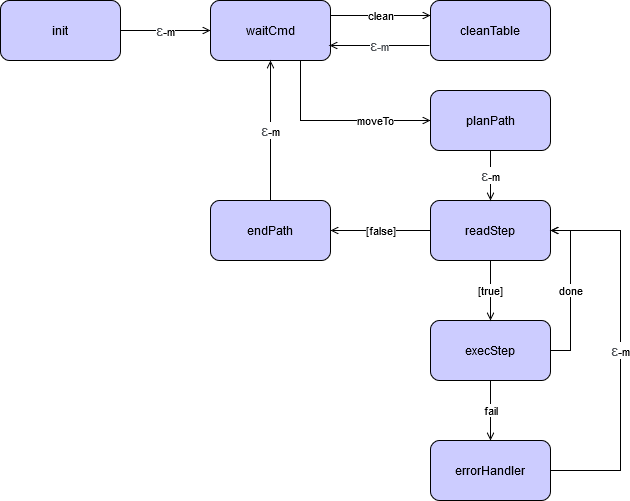
Earlier version of the draw.io export SprintIniziale/img/newEngine.png (dariodenardi/TeaRoom-Ing.Software-Systems-Unibo). Source tidied: cells renumbered, new cells last; positions are measured from the earlier drawing's top-left corner, leaving out a move shared by most shapes. The source it was exported from:
```xml
<mxGraphModel>
  <root>
    <mxCell id="0" />
    <mxCell id="1" parent="0" />
    <mxCell id="2" value="&lt;span style=&quot;color: rgb(77 , 81 , 86) ; font-family: &amp;#34;arial&amp;#34; , sans-serif ; font-size: 14px ; text-align: left&quot;&gt;ε&lt;/span&gt;-m" style="edgeStyle=orthogonalEdgeStyle;rounded=0;jettySize=auto;html=1;exitX=1;exitY=0.5;exitDx=0;exitDy=0;entryX=0;entryY=0.5;entryDx=0;entryDy=0;endArrow=open;endFill=0;" parent="1" edge="1" source="3" target="6">
      <mxGeometry relative="1" as="geometry" />
    </mxCell>
    <mxCell id="3" value="init" style="rounded=1;whiteSpace=wrap;html=1;fillColor=#CCCCFF;" parent="1" vertex="1">
      <mxGeometry width="120" height="60" as="geometry" />
    </mxCell>
    <mxCell id="4" value="clean" style="edgeStyle=orthogonalEdgeStyle;rounded=0;jettySize=auto;html=1;exitX=1;exitY=0.25;exitDx=0;exitDy=0;entryX=0;entryY=0.25;entryDx=0;entryDy=0;endArrow=open;endFill=0;" parent="1" edge="1" source="6" target="16">
      <mxGeometry relative="1" as="geometry" />
    </mxCell>
    <mxCell id="5" value="moveTo" style="edgeStyle=orthogonalEdgeStyle;rounded=0;jettySize=auto;html=1;exitX=0.75;exitY=1;exitDx=0;exitDy=0;entryX=0;entryY=0.5;entryDx=0;entryDy=0;endArrow=open;endFill=0;" parent="1" edge="1" source="6" target="14">
      <mxGeometry x="0.42" relative="1" as="geometry" />
    </mxCell>
    <mxCell id="6" value="waitCmd" style="rounded=1;whiteSpace=wrap;html=1;fillColor=#CCCCFF;" parent="1" vertex="1">
      <mxGeometry x="210" width="120" height="60" as="geometry" />
    </mxCell>
    <mxCell id="7" value="fail" style="edgeStyle=orthogonalEdgeStyle;rounded=0;jettySize=auto;html=1;exitX=0.5;exitY=1;exitDx=0;exitDy=0;entryX=0.5;entryY=0;entryDx=0;entryDy=0;endArrow=open;endFill=0;" parent="1" edge="1" source="9" target="20">
      <mxGeometry relative="1" as="geometry" />
    </mxCell>
    <mxCell id="8" value="done" style="edgeStyle=orthogonalEdgeStyle;rounded=0;jettySize=auto;html=1;exitX=1;exitY=0.5;exitDx=0;exitDy=0;entryX=1;entryY=0.5;entryDx=0;entryDy=0;endArrow=open;endFill=0;" parent="1" edge="1" source="9" target="12">
      <mxGeometry relative="1" as="geometry" />
    </mxCell>
    <mxCell id="9" value="execStep" style="rounded=1;whiteSpace=wrap;html=1;fillColor=#CCCCFF;" parent="1" vertex="1">
      <mxGeometry x="430" y="320" width="120" height="60" as="geometry" />
    </mxCell>
    <mxCell id="10" value="[true]" style="edgeStyle=orthogonalEdgeStyle;rounded=0;jettySize=auto;html=1;exitX=0.5;exitY=1;exitDx=0;exitDy=0;entryX=0.5;entryY=0;entryDx=0;entryDy=0;endArrow=open;endFill=0;" parent="1" edge="1" source="12" target="9">
      <mxGeometry relative="1" as="geometry" />
    </mxCell>
    <mxCell id="11" value="[false]" style="edgeStyle=orthogonalEdgeStyle;rounded=0;jettySize=auto;html=1;exitX=0;exitY=0.5;exitDx=0;exitDy=0;entryX=1;entryY=0.5;entryDx=0;entryDy=0;endArrow=open;endFill=0;" parent="1" edge="1" source="12" target="18">
      <mxGeometry relative="1" as="geometry" />
    </mxCell>
    <mxCell id="12" value="readStep" style="rounded=1;whiteSpace=wrap;html=1;fillColor=#CCCCFF;" parent="1" vertex="1">
      <mxGeometry x="430" y="200" width="120" height="60" as="geometry" />
    </mxCell>
    <mxCell id="13" value="&lt;span style=&quot;color: rgb(77 , 81 , 86) ; font-family: &amp;#34;arial&amp;#34; , sans-serif ; font-size: 14px ; text-align: left&quot;&gt;ε&lt;/span&gt;-m" style="edgeStyle=orthogonalEdgeStyle;rounded=0;jettySize=auto;html=1;exitX=0.5;exitY=1;exitDx=0;exitDy=0;entryX=0.5;entryY=0;entryDx=0;entryDy=0;endArrow=open;endFill=0;" parent="1" edge="1" source="14" target="12">
      <mxGeometry relative="1" as="geometry" />
    </mxCell>
    <mxCell id="14" value="planPath" style="rounded=1;whiteSpace=wrap;html=1;fillColor=#CCCCFF;" parent="1" vertex="1">
      <mxGeometry x="430" y="90" width="120" height="60" as="geometry" />
    </mxCell>
    <mxCell id="15" value="&lt;div style=&quot;text-align: left&quot;&gt;&lt;span style=&quot;color: rgb(77 , 81 , 86) ; font-family: &amp;quot;arial&amp;quot; , sans-serif ; font-size: 14px&quot;&gt;ε&lt;/span&gt;&lt;span style=&quot;color: rgb(77 , 81 , 86) ; font-family: &amp;quot;arial&amp;quot; , sans-serif&quot;&gt;&lt;font style=&quot;font-size: 11px&quot;&gt;-m&lt;/font&gt;&lt;/span&gt;&lt;br&gt;&lt;/div&gt;" style="edgeStyle=orthogonalEdgeStyle;rounded=0;orthogonalLoop=1;jettySize=auto;html=1;exitX=0;exitY=0.75;exitDx=0;exitDy=0;entryX=1;entryY=0.75;entryDx=0;entryDy=0;endArrow=open;endFill=0;labelBackgroundColor=#ffffff;" parent="1" edge="1">
      <mxGeometry relative="1" as="geometry">
        <mxPoint x="429" y="45" as="sourcePoint" />
        <mxPoint x="329" y="45" as="targetPoint" />
      </mxGeometry>
    </mxCell>
    <mxCell id="16" value="cleanTable" style="rounded=1;whiteSpace=wrap;html=1;fillColor=#CCCCFF;" parent="1" vertex="1">
      <mxGeometry x="430" width="120" height="60" as="geometry" />
    </mxCell>
    <mxCell id="17" value="&lt;span style=&quot;color: rgb(77 , 81 , 86) ; font-family: &amp;#34;arial&amp;#34; , sans-serif ; font-size: 14px ; text-align: left&quot;&gt;ε&lt;/span&gt;-m" style="edgeStyle=orthogonalEdgeStyle;rounded=0;jettySize=auto;html=1;exitX=0.5;exitY=0;exitDx=0;exitDy=0;entryX=0.5;entryY=1;entryDx=0;entryDy=0;endArrow=open;endFill=0;" parent="1" edge="1" source="18" target="6">
      <mxGeometry relative="1" as="geometry" />
    </mxCell>
    <mxCell id="18" value="endPath" style="rounded=1;whiteSpace=wrap;html=1;fillColor=#CCCCFF;" parent="1" vertex="1">
      <mxGeometry x="210" y="200" width="120" height="60" as="geometry" />
    </mxCell>
    <mxCell id="19" value="&lt;span style=&quot;color: rgb(77 , 81 , 86) ; font-family: &amp;#34;arial&amp;#34; , sans-serif ; font-size: 14px ; text-align: left&quot;&gt;ε&lt;/span&gt;-m" style="edgeStyle=orthogonalEdgeStyle;rounded=0;jettySize=auto;html=1;exitX=1;exitY=0.5;exitDx=0;exitDy=0;entryX=1;entryY=0.5;entryDx=0;entryDy=0;endArrow=open;endFill=0;" parent="1" edge="1" source="20" target="12">
      <mxGeometry relative="1" as="geometry">
        <Array as="points">
          <mxPoint x="620" y="470" />
          <mxPoint x="620" y="230" />
        </Array>
      </mxGeometry>
    </mxCell>
    <mxCell id="20" value="errorHandler" style="rounded=1;whiteSpace=wrap;html=1;fillColor=#CCCCFF;" parent="1" vertex="1">
      <mxGeometry x="430" y="440" width="120" height="60" as="geometry" />
    </mxCell>
  </root>
</mxGraphModel>
```
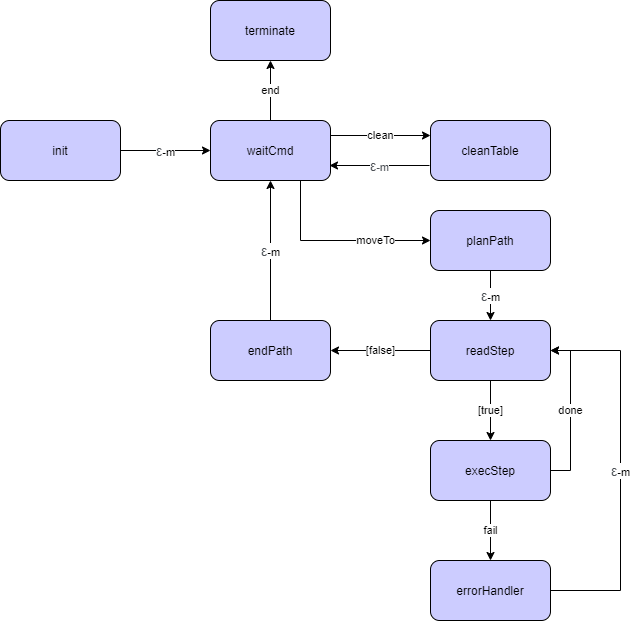
The same diagram one commit later.

The edit, as a diff of the source:
```diff
@@ -2,46 +2,49 @@
   <root>
     <mxCell id="0" />
     <mxCell id="1" parent="0" />
-    <mxCell id="2" value="&lt;span style=&quot;color: rgb(77 , 81 , 86) ; font-family: &amp;#34;arial&amp;#34; , sans-serif ; font-size: 14px ; text-align: left&quot;&gt;ε&lt;/span&gt;-m" style="edgeStyle=orthogonalEdgeStyle;rounded=0;jettySize=auto;html=1;exitX=1;exitY=0.5;exitDx=0;exitDy=0;entryX=0;entryY=0.5;entryDx=0;entryDy=0;endArrow=open;endFill=0;" parent="1" edge="1" source="3" target="6">
+    <mxCell id="2" value="&lt;span style=&quot;color: rgb(77 , 81 , 86) ; font-family: &amp;#34;arial&amp;#34; , sans-serif ; font-size: 14px ; text-align: left&quot;&gt;ε&lt;/span&gt;-m" style="edgeStyle=orthogonalEdgeStyle;rounded=0;jettySize=auto;html=1;exitX=1;exitY=0.5;exitDx=0;exitDy=0;entryX=0;entryY=0.5;entryDx=0;entryDy=0;" parent="1" edge="1" source="3" target="6">
       <mxGeometry relative="1" as="geometry" />
     </mxCell>
     <mxCell id="3" value="init" style="rounded=1;whiteSpace=wrap;html=1;fillColor=#CCCCFF;" parent="1" vertex="1">
       <mxGeometry width="120" height="60" as="geometry" />
     </mxCell>
-    <mxCell id="4" value="clean" style="edgeStyle=orthogonalEdgeStyle;rounded=0;jettySize=auto;html=1;exitX=1;exitY=0.25;exitDx=0;exitDy=0;entryX=0;entryY=0.25;entryDx=0;entryDy=0;endArrow=open;endFill=0;" parent="1" edge="1" source="6" target="16">
+    <mxCell id="4" value="clean" style="edgeStyle=orthogonalEdgeStyle;rounded=0;jettySize=auto;html=1;exitX=1;exitY=0.25;exitDx=0;exitDy=0;entryX=0;entryY=0.25;entryDx=0;entryDy=0;" parent="1" edge="1" source="6" target="16">
       <mxGeometry relative="1" as="geometry" />
     </mxCell>
-    <mxCell id="5" value="moveTo" style="edgeStyle=orthogonalEdgeStyle;rounded=0;jettySize=auto;html=1;exitX=0.75;exitY=1;exitDx=0;exitDy=0;entryX=0;entryY=0.5;entryDx=0;entryDy=0;endArrow=open;endFill=0;" parent="1" edge="1" source="6" target="14">
+    <mxCell id="5" value="moveTo" style="edgeStyle=orthogonalEdgeStyle;rounded=0;jettySize=auto;html=1;exitX=0.75;exitY=1;exitDx=0;exitDy=0;entryX=0;entryY=0.5;entryDx=0;entryDy=0;" parent="1" edge="1" source="6" target="14">
       <mxGeometry x="0.42" relative="1" as="geometry" />
     </mxCell>
+    <mxCell id="21" value="end" style="edgeStyle=orthogonalEdgeStyle;rounded=0;jettySize=auto;html=1;exitX=0.5;exitY=0;exitDx=0;exitDy=0;entryX=0.5;entryY=1;entryDx=0;entryDy=0;" parent="1" edge="1" source="6" target="22">
+      <mxGeometry relative="1" as="geometry" />
+    </mxCell>
     <mxCell id="6" value="waitCmd" style="rounded=1;whiteSpace=wrap;html=1;fillColor=#CCCCFF;" parent="1" vertex="1">
       <mxGeometry x="210" width="120" height="60" as="geometry" />
     </mxCell>
-    <mxCell id="7" value="fail" style="edgeStyle=orthogonalEdgeStyle;rounded=0;jettySize=auto;html=1;exitX=0.5;exitY=1;exitDx=0;exitDy=0;entryX=0.5;entryY=0;entryDx=0;entryDy=0;endArrow=open;endFill=0;" parent="1" edge="1" source="9" target="20">
+    <mxCell id="7" value="fail" style="edgeStyle=orthogonalEdgeStyle;rounded=0;jettySize=auto;html=1;exitX=0.5;exitY=1;exitDx=0;exitDy=0;entryX=0.5;entryY=0;entryDx=0;entryDy=0;" parent="1" edge="1" source="9" target="20">
       <mxGeometry relative="1" as="geometry" />
     </mxCell>
-    <mxCell id="8" value="done" style="edgeStyle=orthogonalEdgeStyle;rounded=0;jettySize=auto;html=1;exitX=1;exitY=0.5;exitDx=0;exitDy=0;entryX=1;entryY=0.5;entryDx=0;entryDy=0;endArrow=open;endFill=0;" parent="1" edge="1" source="9" target="12">
+    <mxCell id="8" value="done" style="edgeStyle=orthogonalEdgeStyle;rounded=0;jettySize=auto;html=1;exitX=1;exitY=0.5;exitDx=0;exitDy=0;entryX=1;entryY=0.5;entryDx=0;entryDy=0;" parent="1" edge="1" source="9" target="12">
       <mxGeometry relative="1" as="geometry" />
     </mxCell>
     <mxCell id="9" value="execStep" style="rounded=1;whiteSpace=wrap;html=1;fillColor=#CCCCFF;" parent="1" vertex="1">
       <mxGeometry x="430" y="320" width="120" height="60" as="geometry" />
     </mxCell>
-    <mxCell id="10" value="[true]" style="edgeStyle=orthogonalEdgeStyle;rounded=0;jettySize=auto;html=1;exitX=0.5;exitY=1;exitDx=0;exitDy=0;entryX=0.5;entryY=0;entryDx=0;entryDy=0;endArrow=open;endFill=0;" parent="1" edge="1" source="12" target="9">
+    <mxCell id="10" value="[true]" style="edgeStyle=orthogonalEdgeStyle;rounded=0;jettySize=auto;html=1;exitX=0.5;exitY=1;exitDx=0;exitDy=0;entryX=0.5;entryY=0;entryDx=0;entryDy=0;" parent="1" edge="1" source="12" target="9">
       <mxGeometry relative="1" as="geometry" />
     </mxCell>
-    <mxCell id="11" value="[false]" style="edgeStyle=orthogonalEdgeStyle;rounded=0;jettySize=auto;html=1;exitX=0;exitY=0.5;exitDx=0;exitDy=0;entryX=1;entryY=0.5;entryDx=0;entryDy=0;endArrow=open;endFill=0;" parent="1" edge="1" source="12" target="18">
+    <mxCell id="11" value="[false]" style="edgeStyle=orthogonalEdgeStyle;rounded=0;jettySize=auto;html=1;exitX=0;exitY=0.5;exitDx=0;exitDy=0;entryX=1;entryY=0.5;entryDx=0;entryDy=0;" parent="1" edge="1" source="12" target="18">
       <mxGeometry relative="1" as="geometry" />
     </mxCell>
     <mxCell id="12" value="readStep" style="rounded=1;whiteSpace=wrap;html=1;fillColor=#CCCCFF;" parent="1" vertex="1">
       <mxGeometry x="430" y="200" width="120" height="60" as="geometry" />
     </mxCell>
-    <mxCell id="13" value="&lt;span style=&quot;color: rgb(77 , 81 , 86) ; font-family: &amp;#34;arial&amp;#34; , sans-serif ; font-size: 14px ; text-align: left&quot;&gt;ε&lt;/span&gt;-m" style="edgeStyle=orthogonalEdgeStyle;rounded=0;jettySize=auto;html=1;exitX=0.5;exitY=1;exitDx=0;exitDy=0;entryX=0.5;entryY=0;entryDx=0;entryDy=0;endArrow=open;endFill=0;" parent="1" edge="1" source="14" target="12">
+    <mxCell id="13" value="&lt;span style=&quot;color: rgb(77 , 81 , 86) ; font-family: &amp;#34;arial&amp;#34; , sans-serif ; font-size: 14px ; text-align: left&quot;&gt;ε&lt;/span&gt;-m" style="edgeStyle=orthogonalEdgeStyle;rounded=0;jettySize=auto;html=1;exitX=0.5;exitY=1;exitDx=0;exitDy=0;entryX=0.5;entryY=0;entryDx=0;entryDy=0;" parent="1" edge="1" source="14" target="12">
       <mxGeometry relative="1" as="geometry" />
     </mxCell>
     <mxCell id="14" value="planPath" style="rounded=1;whiteSpace=wrap;html=1;fillColor=#CCCCFF;" parent="1" vertex="1">
       <mxGeometry x="430" y="90" width="120" height="60" as="geometry" />
     </mxCell>
-    <mxCell id="15" value="&lt;div style=&quot;text-align: left&quot;&gt;&lt;span style=&quot;color: rgb(77 , 81 , 86) ; font-family: &amp;quot;arial&amp;quot; , sans-serif ; font-size: 14px&quot;&gt;ε&lt;/span&gt;&lt;span style=&quot;color: rgb(77 , 81 , 86) ; font-family: &amp;quot;arial&amp;quot; , sans-serif&quot;&gt;&lt;font style=&quot;font-size: 11px&quot;&gt;-m&lt;/font&gt;&lt;/span&gt;&lt;br&gt;&lt;/div&gt;" style="edgeStyle=orthogonalEdgeStyle;rounded=0;orthogonalLoop=1;jettySize=auto;html=1;exitX=0;exitY=0.75;exitDx=0;exitDy=0;entryX=1;entryY=0.75;entryDx=0;entryDy=0;endArrow=open;endFill=0;labelBackgroundColor=#ffffff;" parent="1" edge="1">
+    <mxCell id="15" value="&lt;div style=&quot;text-align: left&quot;&gt;&lt;span style=&quot;color: rgb(77 , 81 , 86) ; font-family: &amp;#34;arial&amp;#34; , sans-serif ; font-size: 14px&quot;&gt;ε&lt;/span&gt;&lt;span style=&quot;color: rgb(77 , 81 , 86) ; font-family: &amp;#34;arial&amp;#34; , sans-serif&quot;&gt;&lt;font style=&quot;font-size: 11px&quot;&gt;-m&lt;/font&gt;&lt;/span&gt;&lt;br&gt;&lt;/div&gt;" style="edgeStyle=orthogonalEdgeStyle;rounded=0;orthogonalLoop=1;jettySize=auto;html=1;exitX=0;exitY=0.75;exitDx=0;exitDy=0;entryX=1;entryY=0.75;entryDx=0;entryDy=0;" parent="1" edge="1">
       <mxGeometry relative="1" as="geometry">
         <mxPoint x="429" y="45" as="sourcePoint" />
         <mxPoint x="329" y="45" as="targetPoint" />
@@ -50,13 +53,13 @@
     <mxCell id="16" value="cleanTable" style="rounded=1;whiteSpace=wrap;html=1;fillColor=#CCCCFF;" parent="1" vertex="1">
       <mxGeometry x="430" width="120" height="60" as="geometry" />
     </mxCell>
-    <mxCell id="17" value="&lt;span style=&quot;color: rgb(77 , 81 , 86) ; font-family: &amp;#34;arial&amp;#34; , sans-serif ; font-size: 14px ; text-align: left&quot;&gt;ε&lt;/span&gt;-m" style="edgeStyle=orthogonalEdgeStyle;rounded=0;jettySize=auto;html=1;exitX=0.5;exitY=0;exitDx=0;exitDy=0;entryX=0.5;entryY=1;entryDx=0;entryDy=0;endArrow=open;endFill=0;" parent="1" edge="1" source="18" target="6">
+    <mxCell id="17" value="&lt;span style=&quot;color: rgb(77 , 81 , 86) ; font-family: &amp;#34;arial&amp;#34; , sans-serif ; font-size: 14px ; text-align: left&quot;&gt;ε&lt;/span&gt;-m" style="edgeStyle=orthogonalEdgeStyle;rounded=0;jettySize=auto;html=1;exitX=0.5;exitY=0;exitDx=0;exitDy=0;entryX=0.5;entryY=1;entryDx=0;entryDy=0;" parent="1" edge="1" source="18" target="6">
       <mxGeometry relative="1" as="geometry" />
     </mxCell>
     <mxCell id="18" value="endPath" style="rounded=1;whiteSpace=wrap;html=1;fillColor=#CCCCFF;" parent="1" vertex="1">
       <mxGeometry x="210" y="200" width="120" height="60" as="geometry" />
     </mxCell>
-    <mxCell id="19" value="&lt;span style=&quot;color: rgb(77 , 81 , 86) ; font-family: &amp;#34;arial&amp;#34; , sans-serif ; font-size: 14px ; text-align: left&quot;&gt;ε&lt;/span&gt;-m" style="edgeStyle=orthogonalEdgeStyle;rounded=0;jettySize=auto;html=1;exitX=1;exitY=0.5;exitDx=0;exitDy=0;entryX=1;entryY=0.5;entryDx=0;entryDy=0;endArrow=open;endFill=0;" parent="1" edge="1" source="20" target="12">
+    <mxCell id="19" value="&lt;span style=&quot;color: rgb(77 , 81 , 86) ; font-family: &amp;#34;arial&amp;#34; , sans-serif ; font-size: 14px ; text-align: left&quot;&gt;ε&lt;/span&gt;-m" style="edgeStyle=orthogonalEdgeStyle;rounded=0;jettySize=auto;html=1;exitX=1;exitY=0.5;exitDx=0;exitDy=0;entryX=1;entryY=0.5;entryDx=0;entryDy=0;" parent="1" edge="1" source="20" target="12">
       <mxGeometry relative="1" as="geometry">
         <Array as="points">
           <mxPoint x="620" y="470" />
@@ -67,5 +70,8 @@
     <mxCell id="20" value="errorHandler" style="rounded=1;whiteSpace=wrap;html=1;fillColor=#CCCCFF;" parent="1" vertex="1">
       <mxGeometry x="430" y="440" width="120" height="60" as="geometry" />
     </mxCell>
+    <mxCell id="22" value="terminate" style="rounded=1;whiteSpace=wrap;html=1;fillColor=#CCCCFF;" parent="1" vertex="1">
+      <mxGeometry x="210" y="-120" width="120" height="60" as="geometry" />
+    </mxCell>
   </root>
 </mxGraphModel>
```
